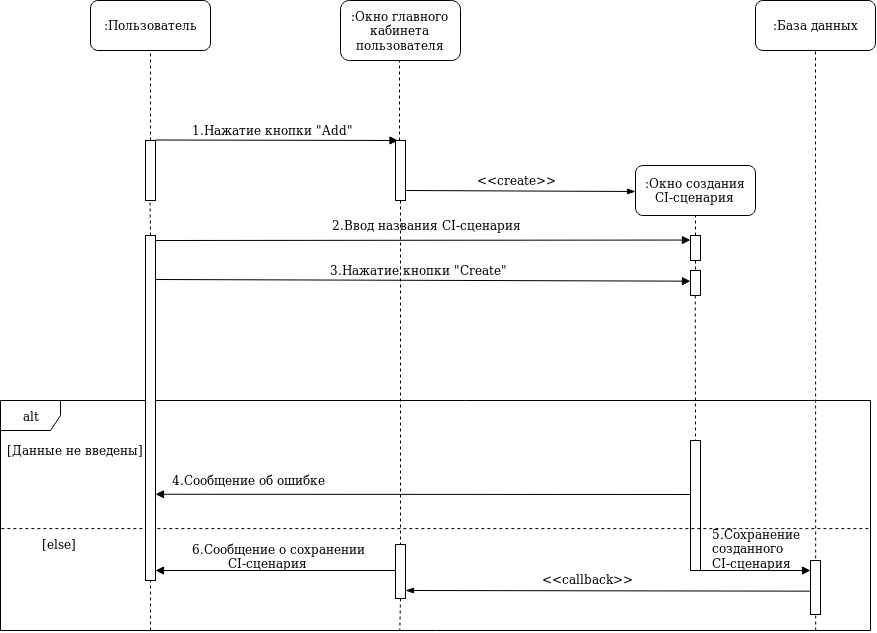
Before: Diagrams/Sequence/Create_CI.png, a diagram exported from draw.io (Andrew304/Visual-CI-Manager). Source tidied: cells renumbered, new cells last; positions are measured from the earlier drawing's top-left corner, leaving out a move shared by most shapes.
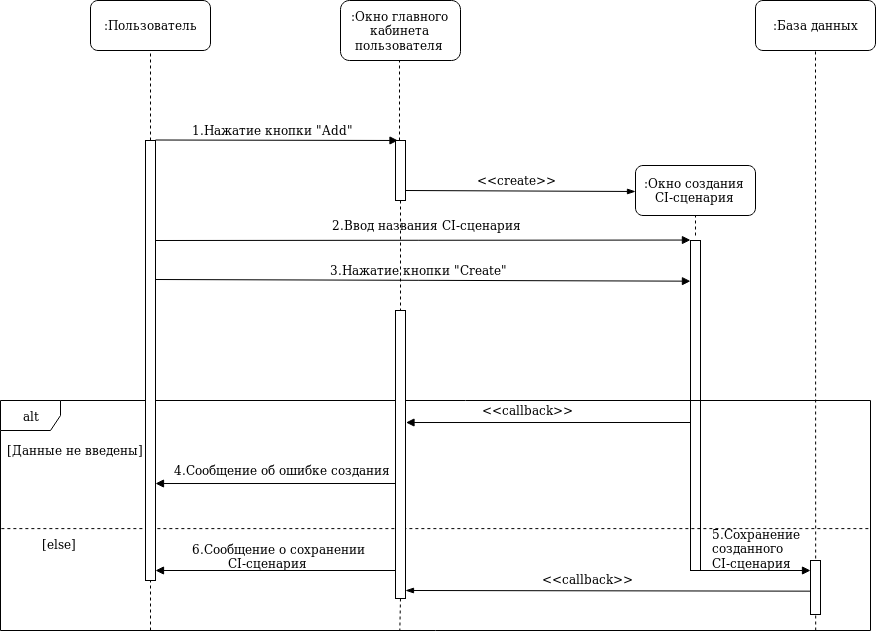
The same file after the commit.

Change to the diagram source:
```diff
@@ -5,164 +5,154 @@
     <mxCell id="2" value=":Пользователь" style="rounded=1;whiteSpace=wrap;html=1;" parent="1" vertex="1">
       <mxGeometry x="90" width="120" height="50" as="geometry" />
     </mxCell>
-    <mxCell id="3" style="rounded=0;whiteSpace=wrap;html=1;" parent="1" vertex="1">
-      <mxGeometry x="145" y="140" width="10" height="60" as="geometry" />
+    <mxCell id="3" style="endArrow=none;dashed=1;html=1;entryX=0.5;entryY=1;entryDx=0;entryDy=0;exitX=0.5;exitY=0;exitDx=0;exitDy=0;" parent="1" edge="1" target="2">
+      <mxGeometry relative="1" as="geometry">
+        <mxPoint x="150" y="140" as="sourcePoint" />
+      </mxGeometry>
     </mxCell>
-    <mxCell id="4" style="endArrow=none;dashed=1;html=1;entryX=0.5;entryY=1;entryDx=0;entryDy=0;exitX=0.5;exitY=0;exitDx=0;exitDy=0;" parent="1" edge="1" source="3" target="2">
-      <mxGeometry relative="1" as="geometry" />
+    <mxCell id="4" style="endArrow=block;html=1;endFill=1;entryX=0.25;entryY=0;entryDx=0;entryDy=0;" parent="1" edge="1" target="7">
+      <mxGeometry relative="1" as="geometry">
+        <mxPoint x="155" y="139.5" as="sourcePoint" />
+      </mxGeometry>
     </mxCell>
-    <mxCell id="5" style="endArrow=block;html=1;endFill=1;entryX=0.25;entryY=0;entryDx=0;entryDy=0;" parent="1" edge="1" target="8">
-      <mxGeometry relative="1" as="geometry">
-        <mxPoint x="155" y="139.5" as="sourcePoint" />
-      </mxGeometry>
+    <mxCell id="5" value=":Окно главного кабинета пользователя" style="rounded=1;whiteSpace=wrap;html=1;" parent="1" vertex="1">
+      <mxGeometry x="340" width="120" height="60" as="geometry" />
     </mxCell>
-    <mxCell id="6" value=":Окно главного кабинета пользователя" style="rounded=1;whiteSpace=wrap;html=1;" parent="1" vertex="1">
-      <mxGeometry x="340" width="120" height="60" as="geometry" />
+    <mxCell id="6" value=":База данных" style="rounded=1;whiteSpace=wrap;html=1;" parent="1" vertex="1">
+      <mxGeometry x="755" width="120" height="50" as="geometry" />
     </mxCell>
-    <mxCell id="7" value=":База данных" style="rounded=1;whiteSpace=wrap;html=1;" parent="1" vertex="1">
-      <mxGeometry x="755" width="120" height="50" as="geometry" />
+    <mxCell id="7" style="rounded=0;whiteSpace=wrap;html=1;" parent="1" vertex="1">
+      <mxGeometry x="395" y="140" width="10" height="60" as="geometry" />
     </mxCell>
-    <mxCell id="8" style="rounded=0;whiteSpace=wrap;html=1;" parent="1" vertex="1">
-      <mxGeometry x="395" y="140" width="10" height="60" as="geometry" />
+    <mxCell id="8" value="1.Нажатие кнопки &quot;Add&quot;" style="text;html=1;points=[];align=left;verticalAlign=top;spacingTop=-4;" parent="1" vertex="1">
+      <mxGeometry x="190" y="120" width="180" height="20" as="geometry" />
     </mxCell>
-    <mxCell id="9" value="1.Нажатие кнопки &quot;Add&quot;" style="text;html=1;align=left;verticalAlign=top;spacingTop=-4;" parent="1" vertex="1">
-      <mxGeometry x="190" y="120" width="180" height="20" as="geometry" />
+    <mxCell id="9" style="endArrow=none;dashed=1;html=1;entryX=0.5;entryY=1;entryDx=0;entryDy=0;" parent="1" edge="1">
+      <mxGeometry relative="1" as="geometry">
+        <mxPoint x="399" y="140" as="sourcePoint" />
+        <mxPoint x="399" y="60" as="targetPoint" />
+      </mxGeometry>
     </mxCell>
-    <mxCell id="10" style="endArrow=none;dashed=1;html=1;entryX=0.5;entryY=1;entryDx=0;entryDy=0;" parent="1" edge="1">
+    <mxCell id="10" style="endArrow=none;dashed=1;html=1;exitX=0.937;exitY=1;exitDx=0;exitDy=0;exitPerimeter=0;" parent="1" edge="1" source="12">
       <mxGeometry relative="1" as="geometry">
-        <mxPoint x="399" y="140" as="sourcePoint" />
-        <mxPoint x="399" y="60" as="targetPoint" />
+        <mxPoint x="815" y="50" as="targetPoint" />
       </mxGeometry>
     </mxCell>
-    <mxCell id="11" style="endArrow=none;dashed=1;html=1;exitX=0.937;exitY=1;exitDx=0;exitDy=0;exitPerimeter=0;" parent="1" edge="1" source="13">
-      <mxGeometry relative="1" as="geometry">
-        <mxPoint x="815" y="50" as="targetPoint" />
-      </mxGeometry>
+    <mxCell id="11" style="rounded=0;whiteSpace=wrap;html=1;" parent="1" vertex="1">
+      <mxGeometry x="690" y="240" width="10" height="330" as="geometry" />
     </mxCell>
-    <mxCell id="12" style="rounded=0;whiteSpace=wrap;html=1;" parent="1" vertex="1">
-      <mxGeometry x="690" y="440" width="10" height="130" as="geometry" />
+    <mxCell id="12" value="alt" style="shape=umlFrame;whiteSpace=wrap;html=1;" parent="1" vertex="1">
+      <mxGeometry y="400" width="870" height="230" as="geometry" />
     </mxCell>
-    <mxCell id="13" value="alt" style="shape=umlFrame;whiteSpace=wrap;html=1;" parent="1" vertex="1">
-      <mxGeometry y="400" width="870" height="230" as="geometry" />
+    <mxCell id="13" value="[Данные не введены]" style="text;html=1;points=[];align=left;verticalAlign=top;spacingTop=-4;" parent="1" vertex="1">
+      <mxGeometry x="5" y="440" width="150" height="20" as="geometry" />
     </mxCell>
-    <mxCell id="14" value="[Данные не введены]" style="text;html=1;align=left;verticalAlign=top;spacingTop=-4;" parent="1" vertex="1">
-      <mxGeometry x="5" y="440" width="150" height="20" as="geometry" />
+    <mxCell id="14" style="endArrow=none;dashed=1;html=1;exitX=0.001;exitY=0.557;exitDx=0;exitDy=0;exitPerimeter=0;entryX=1.001;entryY=0.557;entryDx=0;entryDy=0;entryPerimeter=0;" parent="1" edge="1" source="12" target="12">
+      <mxGeometry relative="1" as="geometry" />
     </mxCell>
-    <mxCell id="15" style="endArrow=none;dashed=1;html=1;exitX=0.001;exitY=0.557;exitDx=0;exitDy=0;exitPerimeter=0;entryX=1.001;entryY=0.557;entryDx=0;entryDy=0;entryPerimeter=0;" parent="1" edge="1" source="13" target="13">
-      <mxGeometry relative="1" as="geometry" />
+    <mxCell id="15" value="4.Сообщение об ошибке создания" style="text;html=1;align=left;verticalAlign=top;spacingTop=-4;" parent="1" vertex="1">
+      <mxGeometry x="172" y="460" width="230" height="20" as="geometry" />
     </mxCell>
-    <mxCell id="16" value="4.Сообщение об ошибке" style="text;html=1;align=left;verticalAlign=top;spacingTop=-4;" parent="1" vertex="1">
-      <mxGeometry x="170" y="470" width="170" height="20" as="geometry" />
+    <mxCell id="16" value="[else]" style="text;html=1;align=left;verticalAlign=top;spacingTop=-4;" parent="1" vertex="1">
+      <mxGeometry x="40" y="534" width="50" height="20" as="geometry" />
     </mxCell>
-    <mxCell id="17" value="[else]" style="text;html=1;align=left;verticalAlign=top;spacingTop=-4;" parent="1" vertex="1">
-      <mxGeometry x="40" y="534" width="50" height="20" as="geometry" />
+    <mxCell id="17" style="endArrow=blockThin;html=1;endFill=1;endSize=6;" parent="1" edge="1">
+      <mxGeometry relative="1" as="geometry">
+        <mxPoint x="405" y="190" as="sourcePoint" />
+        <mxPoint x="635" y="191" as="targetPoint" />
+      </mxGeometry>
     </mxCell>
-    <mxCell id="18" style="endArrow=blockThin;html=1;endFill=1;endSize=6;" parent="1" edge="1">
-      <mxGeometry relative="1" as="geometry">
-        <mxPoint x="405" y="190" as="sourcePoint" />
-        <mxPoint x="635" y="191" as="targetPoint" />
-      </mxGeometry>
+    <mxCell id="18" value="&amp;lt;&amp;lt;create&amp;gt;&amp;gt;" style="text;html=1;align=left;verticalAlign=top;spacingTop=-4;" parent="1" vertex="1">
+      <mxGeometry x="475" y="170" width="90" height="20" as="geometry" />
     </mxCell>
-    <mxCell id="19" value="&amp;lt;&amp;lt;create&amp;gt;&amp;gt;" style="text;html=1;align=left;verticalAlign=top;spacingTop=-4;" parent="1" vertex="1">
-      <mxGeometry x="475" y="170" width="90" height="20" as="geometry" />
+    <mxCell id="19" style="endArrow=block;html=1;endFill=1;" parent="1" edge="1">
+      <mxGeometry relative="1" as="geometry">
+        <mxPoint x="395" y="570" as="sourcePoint" />
+        <mxPoint x="155" y="570" as="targetPoint" />
+      </mxGeometry>
     </mxCell>
-    <mxCell id="20" style="endArrow=block;html=1;endFill=1;" parent="1" edge="1">
-      <mxGeometry relative="1" as="geometry">
-        <mxPoint x="395" y="570" as="sourcePoint" />
-        <mxPoint x="155" y="570" as="targetPoint" />
-      </mxGeometry>
+    <mxCell id="20" value="&lt;div&gt;6.Сообщение о сохранении &lt;br&gt;&lt;/div&gt;&lt;div&gt;&amp;nbsp;&amp;nbsp;&amp;nbsp;&amp;nbsp;&amp;nbsp;&amp;nbsp;&amp;nbsp;&amp;nbsp; CI-сценария&lt;/div&gt;" style="text;html=1;align=left;verticalAlign=top;spacingTop=-4;" parent="1" vertex="1">
+      <mxGeometry x="190" y="539" width="190" height="30" as="geometry" />
     </mxCell>
-    <mxCell id="21" value="&lt;div&gt;6.Сообщение о сохранении &lt;br&gt;&lt;/div&gt;&lt;div&gt;&amp;nbsp;&amp;nbsp;&amp;nbsp;&amp;nbsp;&amp;nbsp;&amp;nbsp;&amp;nbsp;&amp;nbsp; CI-сценария&lt;/div&gt;" style="text;html=1;align=left;verticalAlign=top;spacingTop=-4;" parent="1" vertex="1">
-      <mxGeometry x="190" y="539" width="190" height="30" as="geometry" />
+    <mxCell id="21" style="endArrow=none;dashed=1;html=1;" parent="1" edge="1">
+      <mxGeometry relative="1" as="geometry">
+        <mxPoint x="150" y="630" as="sourcePoint" />
+        <mxPoint x="150" y="579.9" as="targetPoint" />
+      </mxGeometry>
     </mxCell>
-    <mxCell id="22" style="endArrow=none;dashed=1;html=1;" parent="1" edge="1">
-      <mxGeometry relative="1" as="geometry">
-        <mxPoint x="150" y="630" as="sourcePoint" />
-        <mxPoint x="150" y="579.9" as="targetPoint" />
-      </mxGeometry>
+    <mxCell id="22" value=":Окно создания CI-сценария" style="rounded=1;whiteSpace=wrap;html=1;" parent="1" vertex="1">
+      <mxGeometry x="635" y="165" width="120" height="50" as="geometry" />
     </mxCell>
-    <mxCell id="23" value=":Окно создания CI-сценария" style="rounded=1;whiteSpace=wrap;html=1;" parent="1" vertex="1">
-      <mxGeometry x="635" y="165" width="120" height="50" as="geometry" />
+    <mxCell id="23" style="rounded=0;whiteSpace=wrap;html=1;" parent="1" vertex="1">
+      <mxGeometry x="145" y="140" width="10" height="440" as="geometry" />
     </mxCell>
-    <mxCell id="24" style="rounded=0;whiteSpace=wrap;html=1;" parent="1" vertex="1">
-      <mxGeometry x="145" y="235" width="10" height="345" as="geometry" />
+    <mxCell id="24" style="endArrow=none;dashed=1;html=1;entryX=0.5;entryY=1;entryDx=0;entryDy=0;exitX=0.5;exitY=0;exitDx=0;exitDy=0;" parent="1" edge="1">
+      <mxGeometry relative="1" as="geometry">
+        <mxPoint x="695" y="235" as="sourcePoint" />
+        <mxPoint x="695" y="215" as="targetPoint" />
+      </mxGeometry>
     </mxCell>
-    <mxCell id="25" style="endArrow=none;dashed=1;html=1;entryX=0.5;entryY=1;entryDx=0;entryDy=0;exitX=0.5;exitY=0;exitDx=0;exitDy=0;" parent="1" edge="1" source="24">
+    <mxCell id="25" style="endArrow=block;html=1;endFill=1;entryX=-0.006;entryY=0.182;entryDx=0;entryDy=0;entryPerimeter=0;" parent="1" edge="1">
       <mxGeometry relative="1" as="geometry">
-        <mxPoint x="149.5" y="200" as="targetPoint" />
+        <mxPoint x="155" y="240" as="sourcePoint" />
+        <mxPoint x="689.9" y="239.5" as="targetPoint" />
       </mxGeometry>
     </mxCell>
-    <mxCell id="26" style="rounded=0;whiteSpace=wrap;html=1;" parent="1" vertex="1">
-      <mxGeometry x="690" y="235" width="10" height="25" as="geometry" />
+    <mxCell id="26" style="endArrow=block;html=1;endFill=1;entryX=-0.006;entryY=0.427;entryDx=0;entryDy=0;entryPerimeter=0;" parent="1" edge="1">
+      <mxGeometry relative="1" as="geometry">
+        <mxPoint x="155" y="279" as="sourcePoint" />
+        <mxPoint x="689.9" y="280.7" as="targetPoint" />
+      </mxGeometry>
     </mxCell>
-    <mxCell id="27" style="endArrow=none;dashed=1;html=1;entryX=0.5;entryY=1;entryDx=0;entryDy=0;exitX=0.5;exitY=0;exitDx=0;exitDy=0;" parent="1" edge="1" source="26">
-      <mxGeometry relative="1" as="geometry">
-        <mxPoint x="695" y="215" as="targetPoint" />
-      </mxGeometry>
+    <mxCell id="27" value="2.Ввод названия CI-сценария" style="text;html=1;align=left;verticalAlign=top;spacingTop=-4;" parent="1" vertex="1">
+      <mxGeometry x="330" y="215" width="200" height="20" as="geometry" />
     </mxCell>
-    <mxCell id="28" style="endArrow=block;html=1;endFill=1;entryX=-0.006;entryY=0.182;entryDx=0;entryDy=0;entryPerimeter=0;" parent="1" edge="1" target="26">
-      <mxGeometry relative="1" as="geometry">
-        <mxPoint x="155" y="240" as="sourcePoint" />
-      </mxGeometry>
+    <mxCell id="28" value="3.Нажатие кнопки &quot;Create&quot;" style="text;html=1;align=left;verticalAlign=top;spacingTop=-4;" parent="1" vertex="1">
+      <mxGeometry x="327.5" y="260" width="190" height="20" as="geometry" />
     </mxCell>
-    <mxCell id="29" style="endArrow=block;html=1;endFill=1;entryX=-0.006;entryY=0.427;entryDx=0;entryDy=0;entryPerimeter=0;" parent="1" edge="1" target="42">
+    <mxCell id="29" style="endArrow=block;html=1;endFill=1;entryX=1.05;entryY=0.639;entryDx=0;entryDy=0;entryPerimeter=0;" parent="1" edge="1">
       <mxGeometry relative="1" as="geometry">
-        <mxPoint x="155" y="279" as="sourcePoint" />
+        <mxPoint x="690" y="422" as="sourcePoint" />
+        <mxPoint x="405.5" y="422" as="targetPoint" />
       </mxGeometry>
     </mxCell>
-    <mxCell id="30" value="2.Ввод названия CI-сценария" style="text;html=1;points=[];align=left;verticalAlign=top;spacingTop=-4;" parent="1" vertex="1">
-      <mxGeometry x="330" y="215" width="200" height="20" as="geometry" />
+    <mxCell id="30" style="rounded=0;whiteSpace=wrap;html=1;" parent="1" vertex="1">
+      <mxGeometry x="810" y="560" width="10" height="54" as="geometry" />
     </mxCell>
-    <mxCell id="31" value="3.Нажатие кнопки &quot;Create&quot;" style="text;html=1;align=left;verticalAlign=top;spacingTop=-4;" parent="1" vertex="1">
-      <mxGeometry x="327.5" y="260" width="190" height="20" as="geometry" />
+    <mxCell id="31" style="endArrow=block;html=1;endFill=1;" parent="1" edge="1">
+      <mxGeometry relative="1" as="geometry">
+        <mxPoint x="695" y="570" as="sourcePoint" />
+        <mxPoint x="810" y="570" as="targetPoint" />
+      </mxGeometry>
     </mxCell>
-    <mxCell id="32" style="endArrow=none;dashed=1;html=1;exitX=0.767;exitY=1;exitDx=0;exitDy=0;exitPerimeter=0;entryX=0.5;entryY=0;entryDx=0;entryDy=0;" parent="1" edge="1" target="12">
-      <mxGeometry relative="1" as="geometry">
-        <mxPoint x="694.8" y="295" as="sourcePoint" />
-      </mxGeometry>
+    <mxCell id="32" style="endArrow=none;dashed=1;html=1;exitX=0.5;exitY=1;exitDx=0;exitDy=0;entryX=0.459;entryY=1;entryDx=0;entryDy=0;entryPerimeter=0;" parent="1" edge="1" source="33" target="12">
+      <mxGeometry relative="1" as="geometry" />
     </mxCell>
-    <mxCell id="33" style="endArrow=block;html=1;endFill=1;entryX=1;entryY=0.75;entryDx=0;entryDy=0;" parent="1" edge="1" target="24">
-      <mxGeometry relative="1" as="geometry">
-        <mxPoint x="690" y="494" as="sourcePoint" />
-      </mxGeometry>
+    <mxCell id="33" style="rounded=0;whiteSpace=wrap;html=1;" parent="1" vertex="1">
+      <mxGeometry x="395" y="310" width="10" height="288" as="geometry" />
     </mxCell>
-    <mxCell id="34" style="rounded=0;whiteSpace=wrap;html=1;" parent="1" vertex="1">
-      <mxGeometry x="810" y="560" width="10" height="54" as="geometry" />
+    <mxCell id="34" style="endArrow=none;dashed=1;html=1;exitX=0.5;exitY=1;exitDx=0;exitDy=0;entryX=0.5;entryY=0;entryDx=0;entryDy=0;" parent="1" edge="1" source="7" target="33">
+      <mxGeometry relative="1" as="geometry" />
     </mxCell>
-    <mxCell id="35" style="endArrow=block;html=1;endFill=1;" parent="1" edge="1">
+    <mxCell id="35" style="endArrow=blockThin;html=1;endFill=1;exitX=0.033;exitY=0.568;exitDx=0;exitDy=0;exitPerimeter=0;endSize=6;" parent="1" edge="1" source="30">
       <mxGeometry relative="1" as="geometry">
-        <mxPoint x="695" y="570" as="sourcePoint" />
-        <mxPoint x="810" y="570" as="targetPoint" />
+        <mxPoint x="405" y="590" as="targetPoint" />
       </mxGeometry>
     </mxCell>
-    <mxCell id="36" style="endArrow=none;dashed=1;html=1;exitX=0.5;exitY=1;exitDx=0;exitDy=0;entryX=0.459;entryY=1;entryDx=0;entryDy=0;entryPerimeter=0;" parent="1" edge="1" source="37" target="13">
-      <mxGeometry relative="1" as="geometry" />
+    <mxCell id="36" value="&amp;lt;&amp;lt;callback&amp;gt;&amp;gt;" style="text;html=1;align=left;verticalAlign=top;spacingTop=-4;" parent="1" vertex="1">
+      <mxGeometry x="540" y="569" width="110" height="20" as="geometry" />
     </mxCell>
-    <mxCell id="37" style="rounded=0;whiteSpace=wrap;html=1;" parent="1" vertex="1">
-      <mxGeometry x="395" y="544" width="10" height="54" as="geometry" />
+    <mxCell id="37" value="&lt;div&gt;5.Сохранение &lt;br&gt;&lt;/div&gt;&lt;div&gt;созданного&lt;/div&gt;&lt;div&gt; CI-сценария&lt;/div&gt;" style="text;html=1;points=[];align=left;verticalAlign=top;spacingTop=-4;" parent="1" vertex="1">
+      <mxGeometry x="710" y="524" width="100" height="40" as="geometry" />
     </mxCell>
-    <mxCell id="38" style="endArrow=none;dashed=1;html=1;exitX=0.5;exitY=1;exitDx=0;exitDy=0;entryX=0.5;entryY=0;entryDx=0;entryDy=0;" parent="1" edge="1" source="8" target="37">
-      <mxGeometry relative="1" as="geometry" />
+    <mxCell id="38" style="endArrow=block;html=1;endFill=1;entryX=1.05;entryY=0.639;entryDx=0;entryDy=0;entryPerimeter=0;" parent="1" edge="1">
+      <mxGeometry relative="1" as="geometry">
+        <mxPoint x="395" y="483" as="sourcePoint" />
+        <mxPoint x="155" y="483" as="targetPoint" />
+      </mxGeometry>
     </mxCell>
-    <mxCell id="39" style="endArrow=blockThin;html=1;endFill=1;exitX=0.033;exitY=0.568;exitDx=0;exitDy=0;exitPerimeter=0;endSize=6;" parent="1" edge="1" source="34">
-      <mxGeometry relative="1" as="geometry">
-        <mxPoint x="405" y="590" as="targetPoint" />
-      </mxGeometry>
+    <mxCell id="39" value="&amp;lt;&amp;lt;callback&amp;gt;&amp;gt;" style="text;html=1;align=left;verticalAlign=top;spacingTop=-4;" parent="1" vertex="1">
+      <mxGeometry x="480" y="400" width="110" height="20" as="geometry" />
     </mxCell>
-    <mxCell id="40" value="&amp;lt;&amp;lt;callback&amp;gt;&amp;gt;" style="text;html=1;align=left;verticalAlign=top;spacingTop=-4;" parent="1" vertex="1">
-      <mxGeometry x="540" y="569" width="110" height="20" as="geometry" />
-    </mxCell>
-    <mxCell id="41" value="&lt;div&gt;5.Сохранение &lt;br&gt;&lt;/div&gt;&lt;div&gt;созданного&lt;/div&gt;&lt;div&gt; CI-сценария&lt;/div&gt;" style="text;html=1;align=left;verticalAlign=top;spacingTop=-4;" parent="1" vertex="1">
-      <mxGeometry x="710" y="524" width="100" height="40" as="geometry" />
-    </mxCell>
-    <mxCell id="42" style="rounded=0;whiteSpace=wrap;html=1;" parent="1" vertex="1">
-      <mxGeometry x="690" y="270" width="10" height="25" as="geometry" />
-    </mxCell>
-    <mxCell id="43" style="endArrow=none;dashed=1;html=1;entryX=0.5;entryY=0;entryDx=0;entryDy=0;" parent="1" edge="1">
-      <mxGeometry relative="1" as="geometry">
-        <mxPoint x="695" y="260" as="sourcePoint" />
-        <mxPoint x="695" y="270" as="targetPoint" />
-      </mxGeometry>
-    </mxCell>
   </root>
 </mxGraphModel>
```
